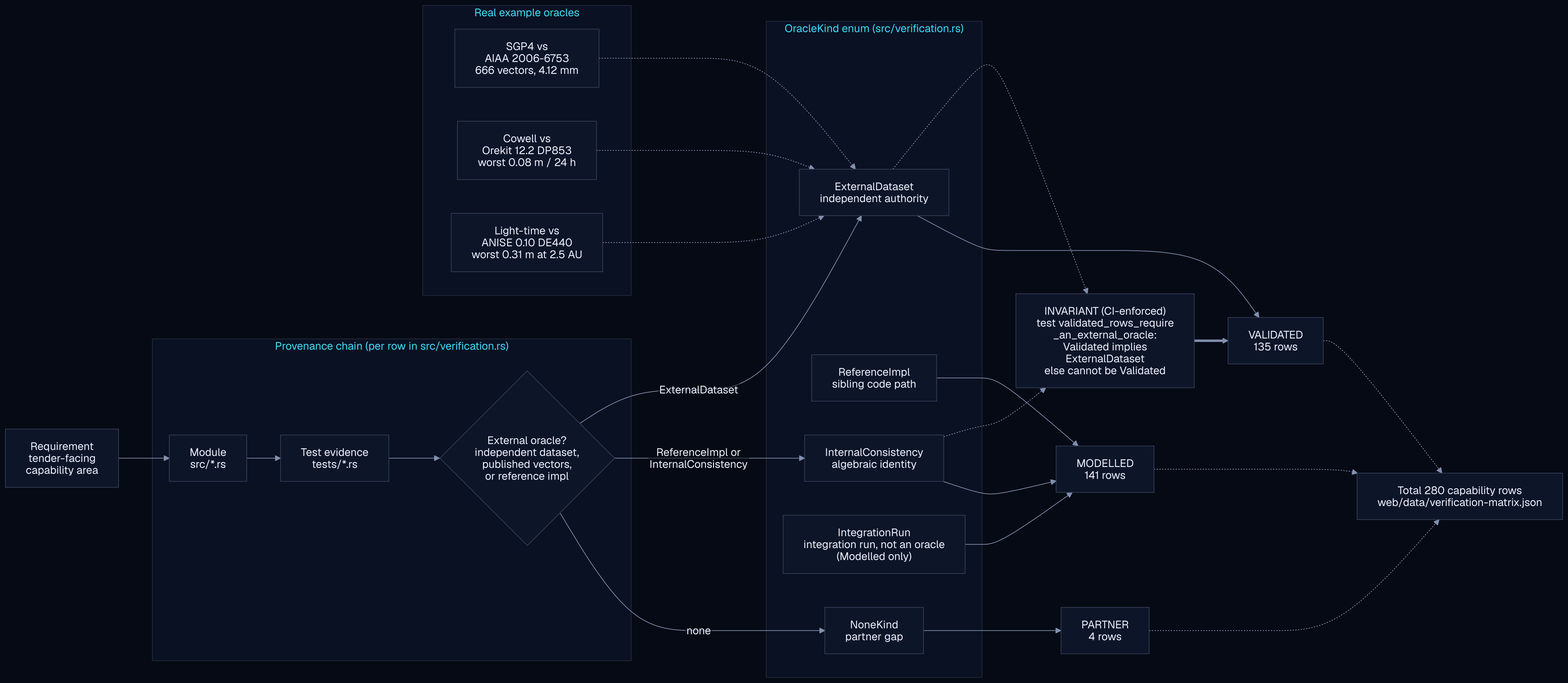
Above: docs/assets/diagrams/validation-provenance.png in ashfordeOU/kshana (Mermaid), before the change. Its source is kept beside it as docs/diagrams/validation-provenance.mmd.
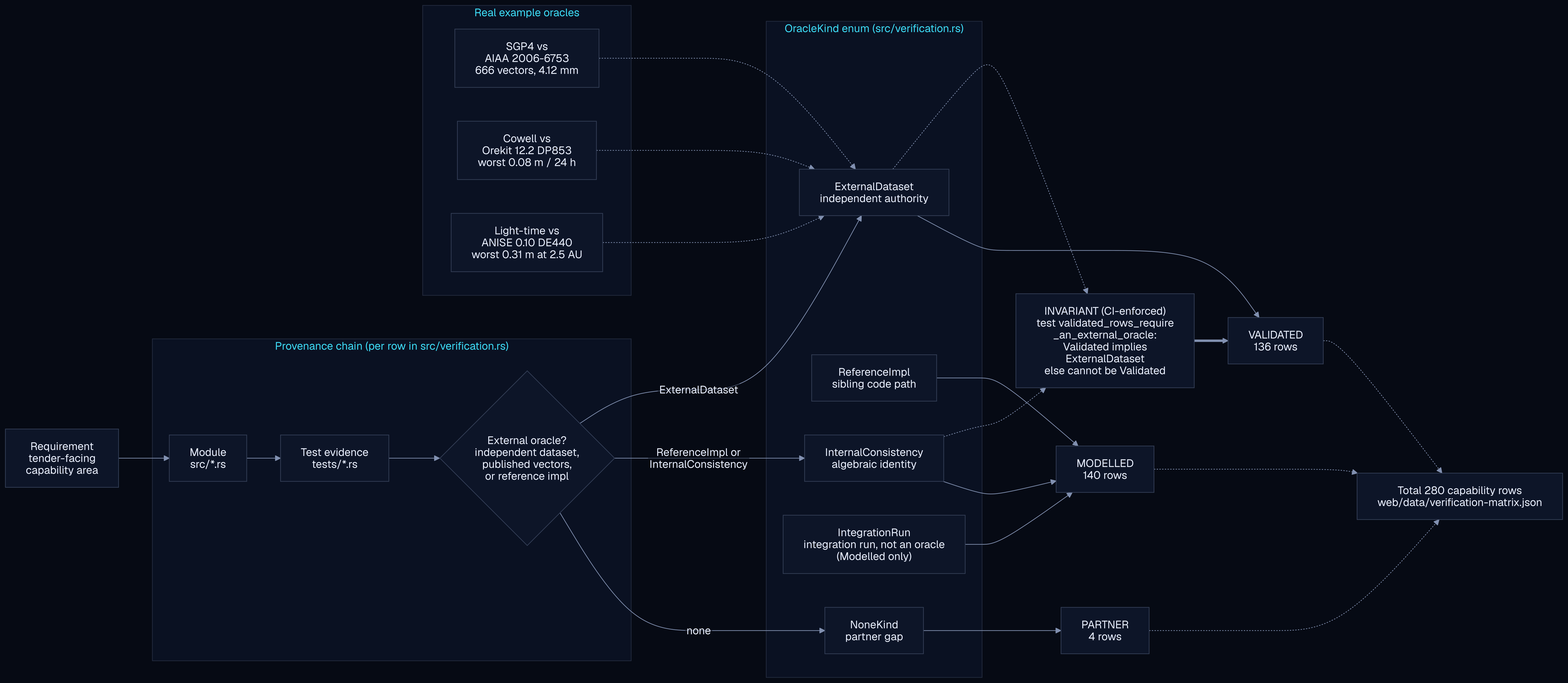
After the commit.

Change to the diagram source:
```diff
@@ -27,8 +27,8 @@
     EXT -.-> GUARD
     INT -.-> GUARD
 
-    EXT --> VAL["VALIDATED<br/>135 rows"]
-    REF --> MDL["MODELLED<br/>141 rows"]
+    EXT --> VAL["VALIDATED<br/>136 rows"]
+    REF --> MDL["MODELLED<br/>140 rows"]
     INT --> MDL
     IRN --> MDL
     NON --> PRT["PARTNER<br/>4 rows"]
```
